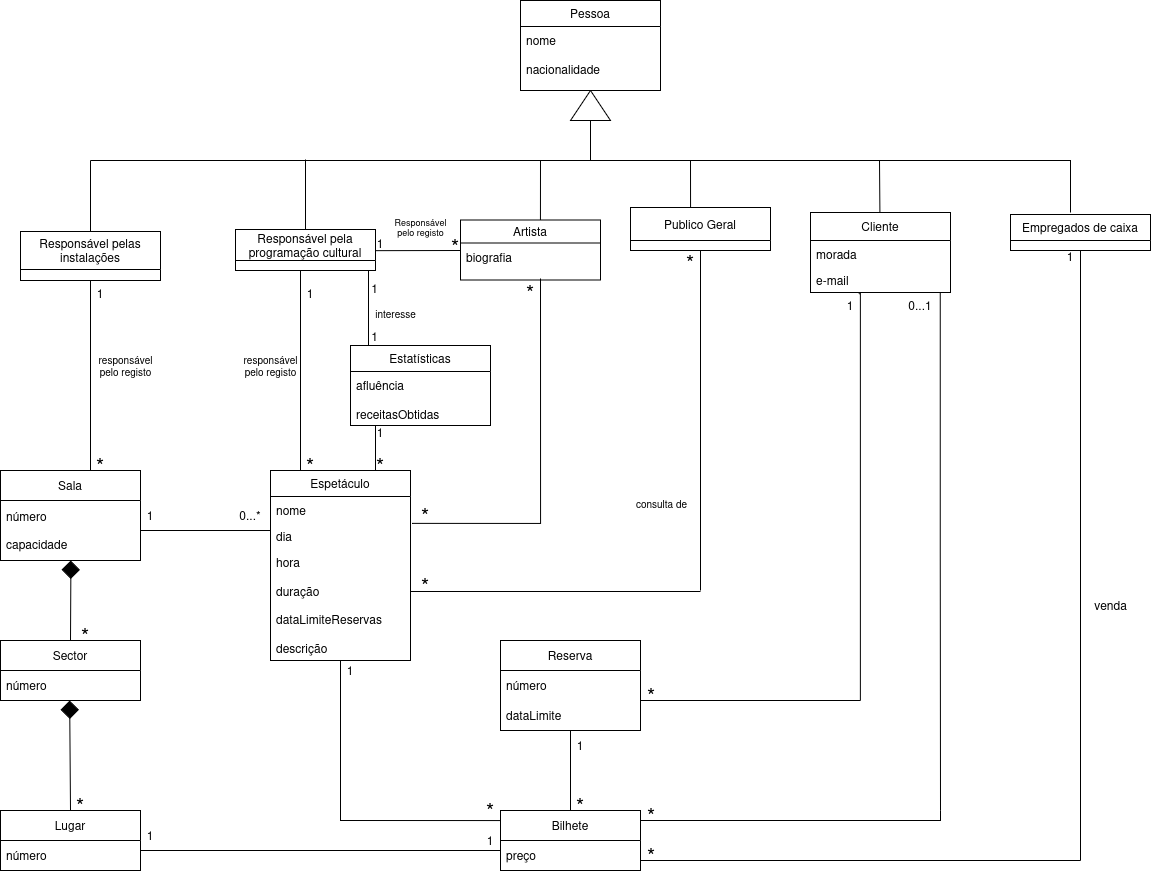
Earlier version of the draw.io export UML_Classes.drawio.png (leorsd/ESOF_UML). Source tidied: cells renumbered, new cells last; positions are measured from the earlier drawing's top-left corner, leaving out a move shared by most shapes.
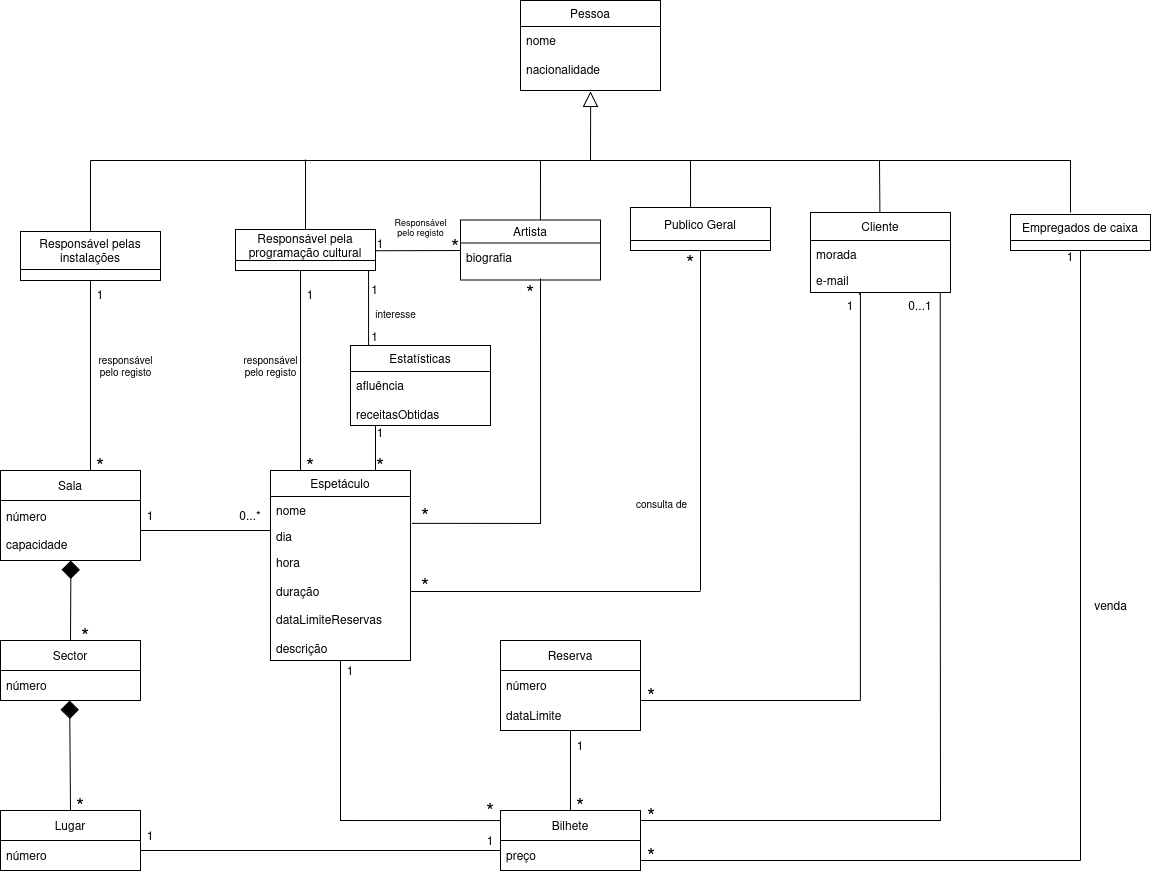
After the change.

The edit, as a diff of the source:
```diff
@@ -93,13 +93,10 @@
     <mxCell id="25" value="preço" style="text;strokeColor=none;fillColor=none;align=left;verticalAlign=middle;spacingLeft=4;spacingRight=4;overflow=hidden;whiteSpace=wrap;html=1;" parent="24" vertex="1">
       <mxGeometry y="30" width="140" height="30" as="geometry" />
     </mxCell>
-    <mxCell id="26" style="triangle;whiteSpace=wrap;html=1;rotation=-180;direction=south;" parent="1" vertex="1">
-      <mxGeometry x="570" y="90" width="40" height="30" as="geometry" />
-    </mxCell>
     <mxCell id="27" value="0...*" style="text;html=1;align=center;verticalAlign=middle;whiteSpace=wrap;rounded=0;rotation=0;" parent="1" vertex="1">
       <mxGeometry x="220" y="500" width="60" height="30" as="geometry" />
     </mxCell>
-    <mxCell id="28" style="endArrow=none;html=1;rounded=0;entryX=0;entryY=0.5;entryDx=0;entryDy=0;exitX=0.5;exitY=0;exitDx=0;exitDy=0;" parent="1" edge="1" target="26">
+    <mxCell id="28" style="endArrow=block;html=1;rounded=0;entryX=0.501;entryY=1.014;entryDx=0;entryDy=0;exitX=0.5;exitY=0;exitDx=0;exitDy=0;entryPerimeter=0;endFill=0;endSize=13;" parent="1" edge="1" target="49">
       <mxGeometry relative="1" as="geometry">
         <mxPoint x="1070" y="212" as="sourcePoint" />
         <Array as="points">
```
